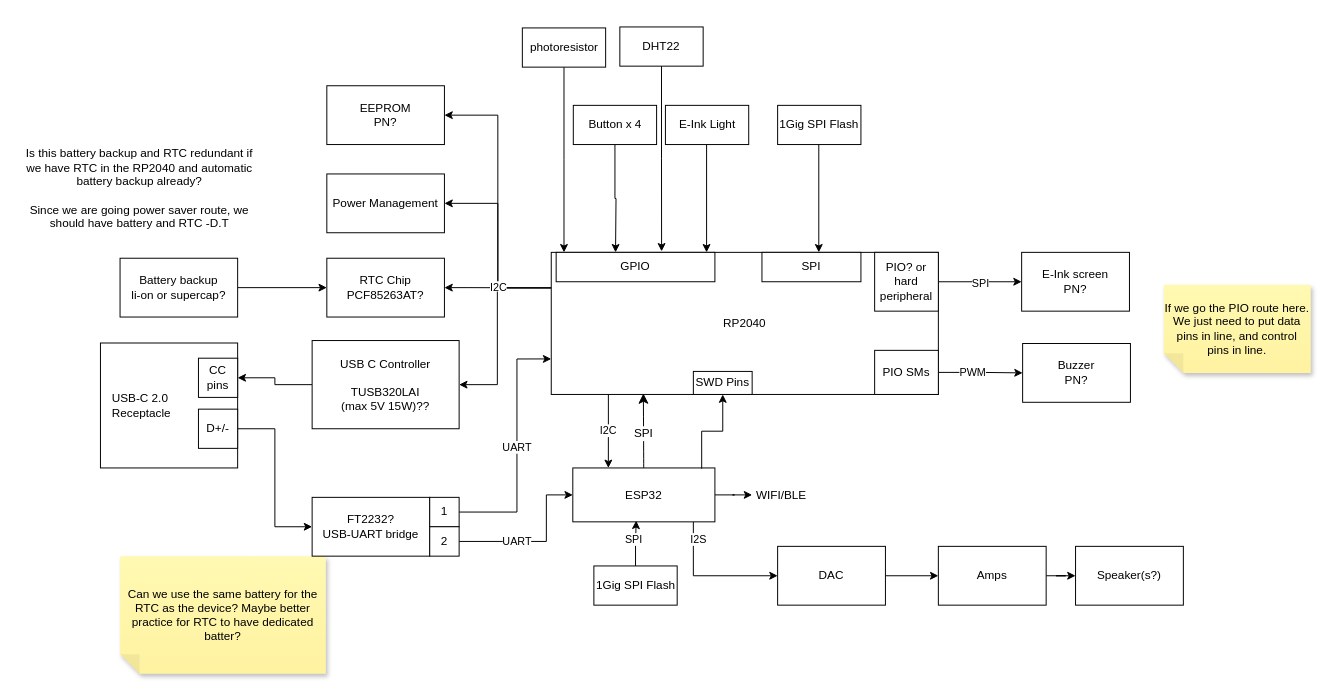
The draw.io diagram page "Data Path" (1 of 2) of hw_architecture/alarm_clk_blk.drawio in DawsonTheroux/alarm_clock, before the edit. Source tidied: cells renumbered, new cells numbered last; positions are measured from the earlier drawing's top-left corner, leaving out a move shared by most shapes. Both pictures are drawn from the tidied source at 98%, with x=0, y=0 at pixel (17, 26).
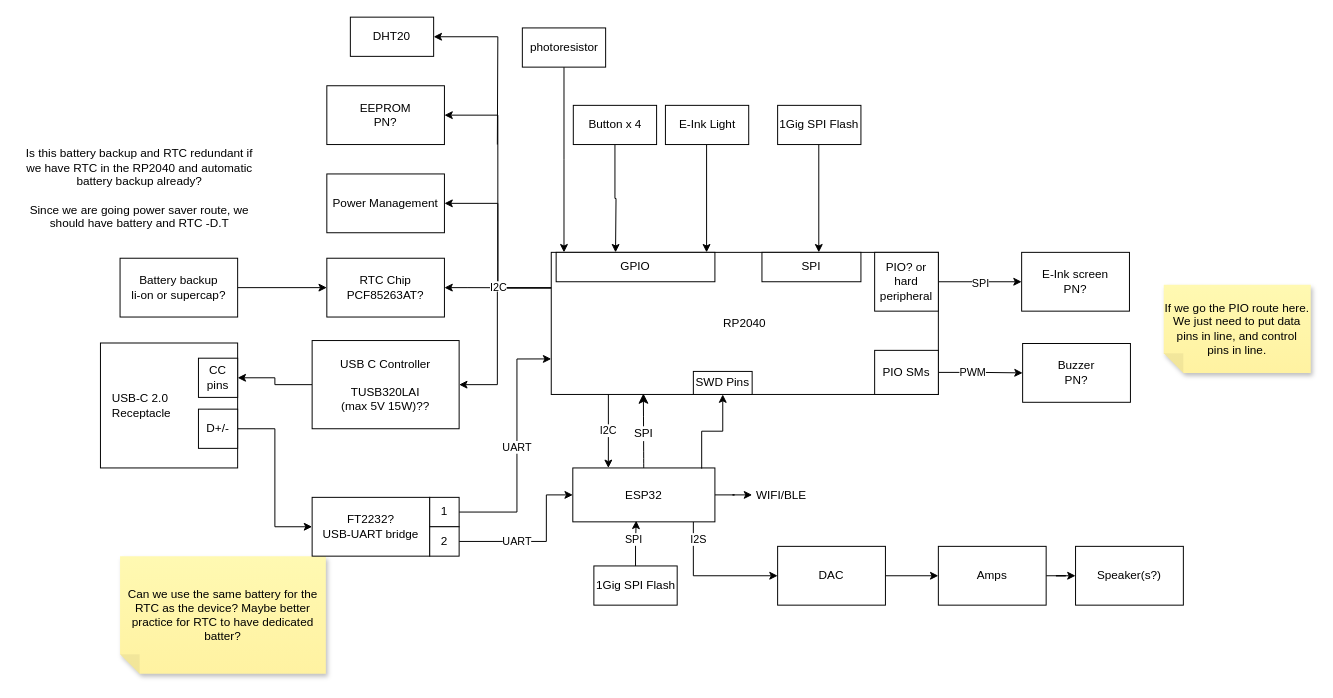
The same page after the edit.

What changed in the source:
```diff
@@
-    <mxCell id="50" style="edgeStyle=orthogonalEdgeStyle;rounded=0;jettySize=auto;html=1;entryX=0.63;entryY=-0.033;entryDx=0;entryDy=0;entryPerimeter=0;" parent="1" edge="1" source="51">
+    <mxCell id="50" style="edgeStyle=orthogonalEdgeStyle;rounded=0;jettySize=auto;html=1;startArrow=classic;startFill=1;endArrow=none;endFill=0;" parent="1" edge="1" source="51">
       <mxGeometry relative="1" as="geometry">
-        <mxPoint x="657.6" y="229" as="targetPoint" />
+        <mxPoint x="490" y="120" as="targetPoint" />
       </mxGeometry>
     </mxCell>
-    <mxCell id="51" value="DHT22" style="rounded=0;whiteSpace=wrap;html=1;" parent="1" vertex="1">
-      <mxGeometry x="615" width="85" height="40" as="geometry" />
+    <mxCell id="51" value="DHT20" style="rounded=0;whiteSpace=wrap;html=1;" parent="1" vertex="1">
+      <mxGeometry x="340" y="-10" width="85" height="40" as="geometry" />
     </mxCell>
```
